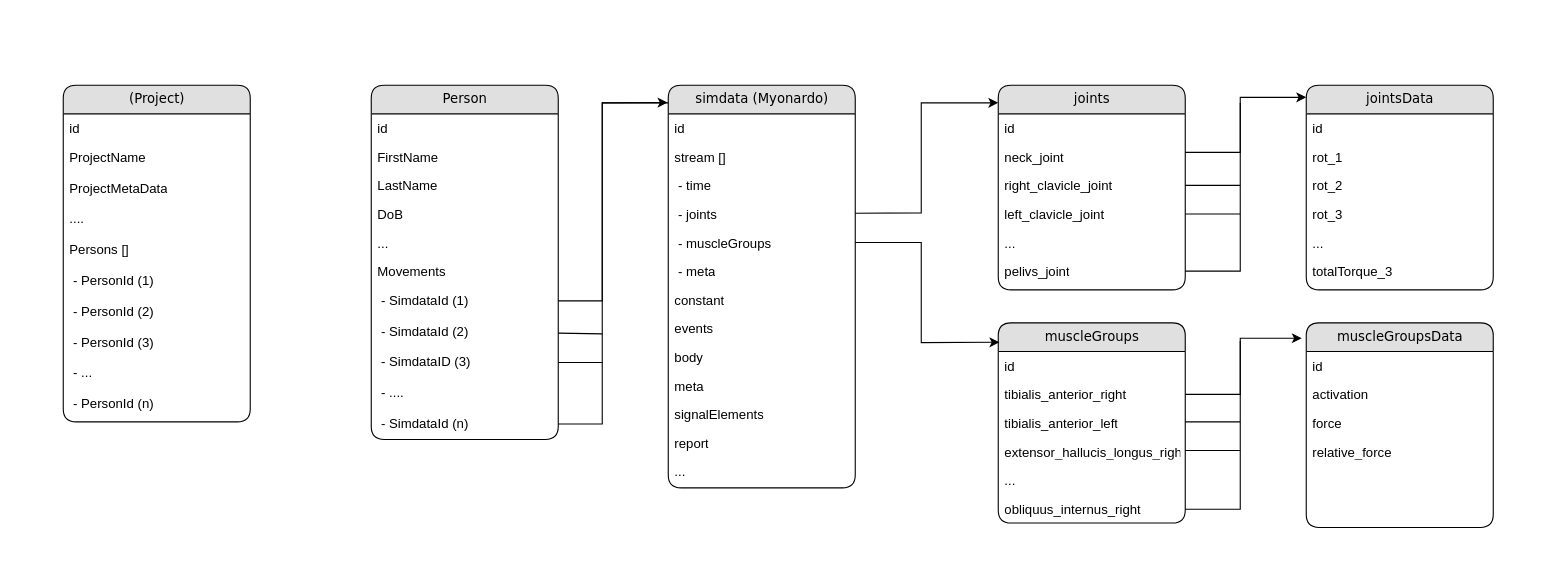
The draw.io diagram Database_Charts/DataBase_Concept1.drawio in schmi7z/FlowCharts, before the edit. Source tidied: cells renumbered, new cells numbered last; positions are measured from the earlier drawing's top-left corner, leaving out a move shared by most shapes. Both pictures are drawn from the tidied source at 110%, with x=0, y=0 at pixel (63, 85).
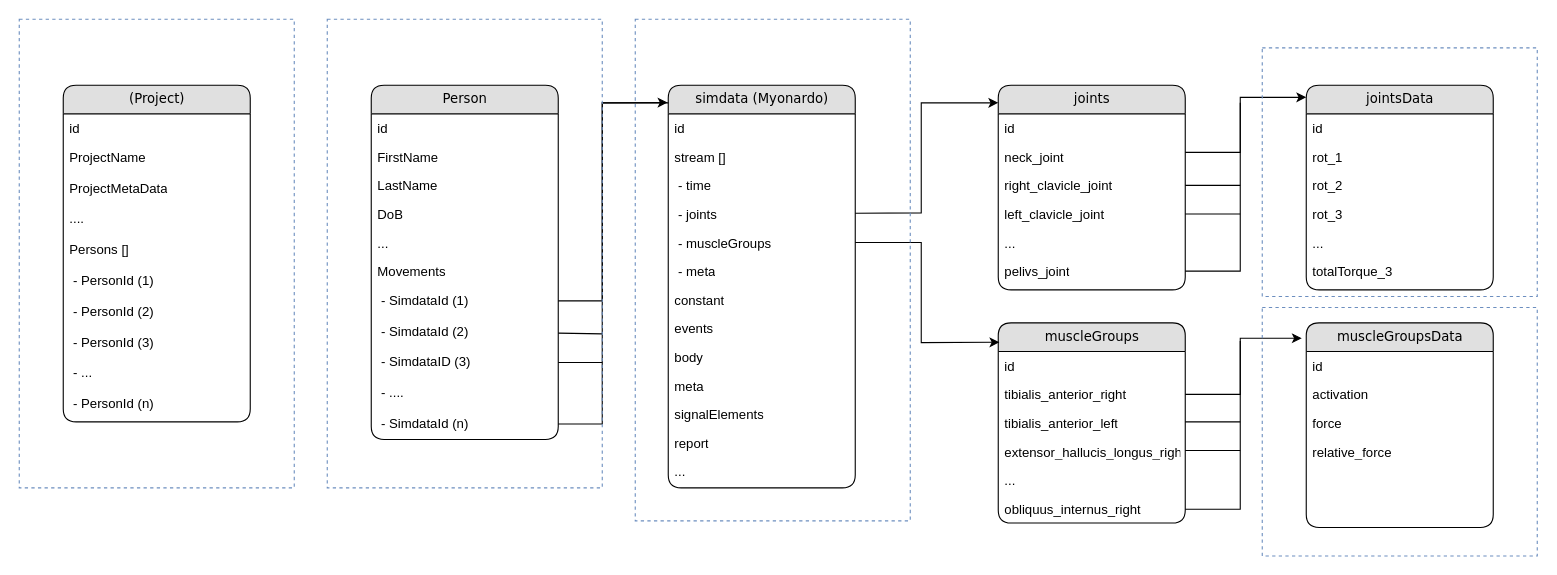
The same diagram, later.

Diff of the diagram source:
```diff
@@
+    <mxCell id="79" style="rounded=0;whiteSpace=wrap;html=1;dashed=1;fillColor=none;strokeColor=#6c8ebf;" parent="1" vertex="1">
+      <mxGeometry x="-40" y="-60" width="250" height="426" as="geometry" />
+    </mxCell>
+    <mxCell id="80" style="rounded=0;whiteSpace=wrap;html=1;dashed=1;fillColor=none;strokeColor=#6c8ebf;" parent="1" vertex="1">
+      <mxGeometry x="240" y="-60" width="250" height="426" as="geometry" />
+    </mxCell>
+    <mxCell id="81" style="rounded=0;whiteSpace=wrap;html=1;dashed=1;fillColor=none;strokeColor=#6c8ebf;" parent="1" vertex="1">
+      <mxGeometry x="520" y="-60" width="250" height="456" as="geometry" />
+    </mxCell>
+    <mxCell id="82" style="rounded=0;whiteSpace=wrap;html=1;dashed=1;fillColor=none;strokeColor=#6c8ebf;" parent="1" vertex="1">
+      <mxGeometry x="1090" y="-34" width="250" height="226" as="geometry" />
+    </mxCell>
+    <mxCell id="83" style="rounded=0;whiteSpace=wrap;html=1;dashed=1;fillColor=none;strokeColor=#6c8ebf;" parent="1" vertex="1">
+      <mxGeometry x="1090" y="202" width="250" height="226" as="geometry" />
+    </mxCell>
```
